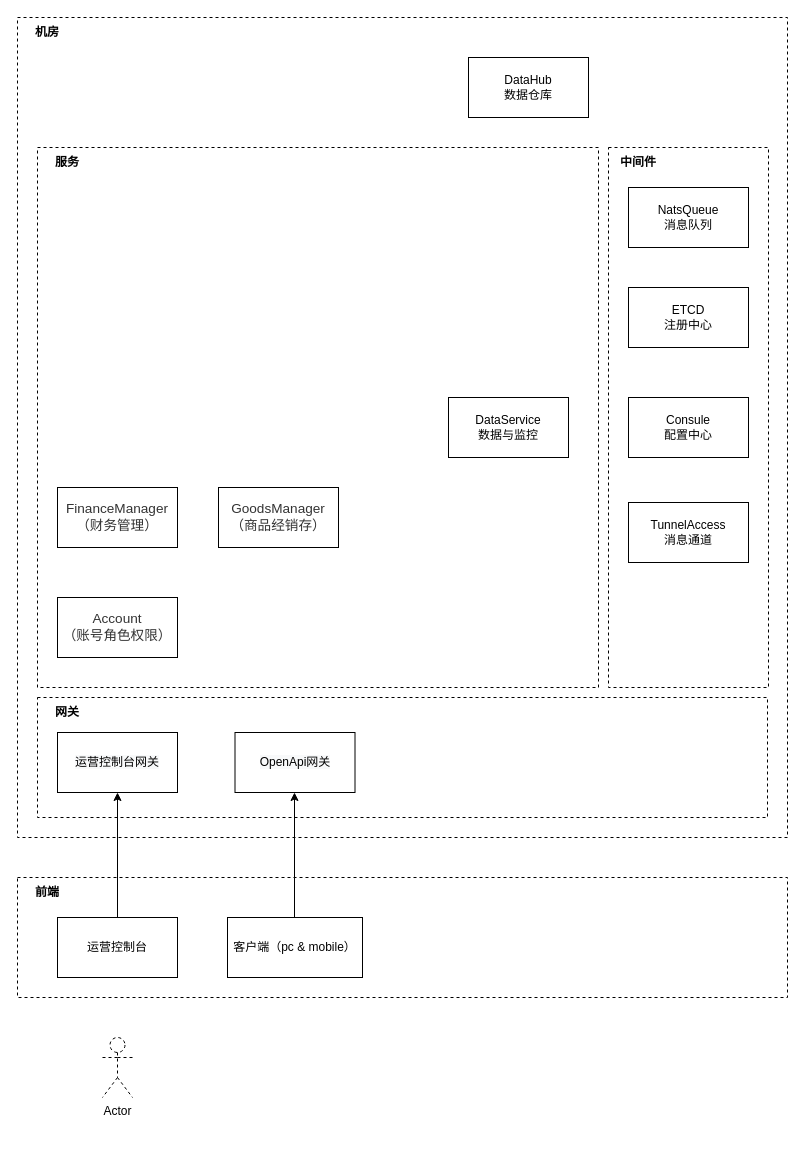
gaoyong06/saas keeps this draw.io diagram as saas Diagram.drawio. Above is the earlier version. Source tidied: cells renumbered, new cells numbered last; positions are measured from the earlier drawing's top-left corner, leaving out a move shared by most shapes. Both pictures are drawn from the tidied source at 100%, with x=0, y=0 at pixel (17, 17). Pictures stored in the file or linked from it are replaced by grey dashed boxes.
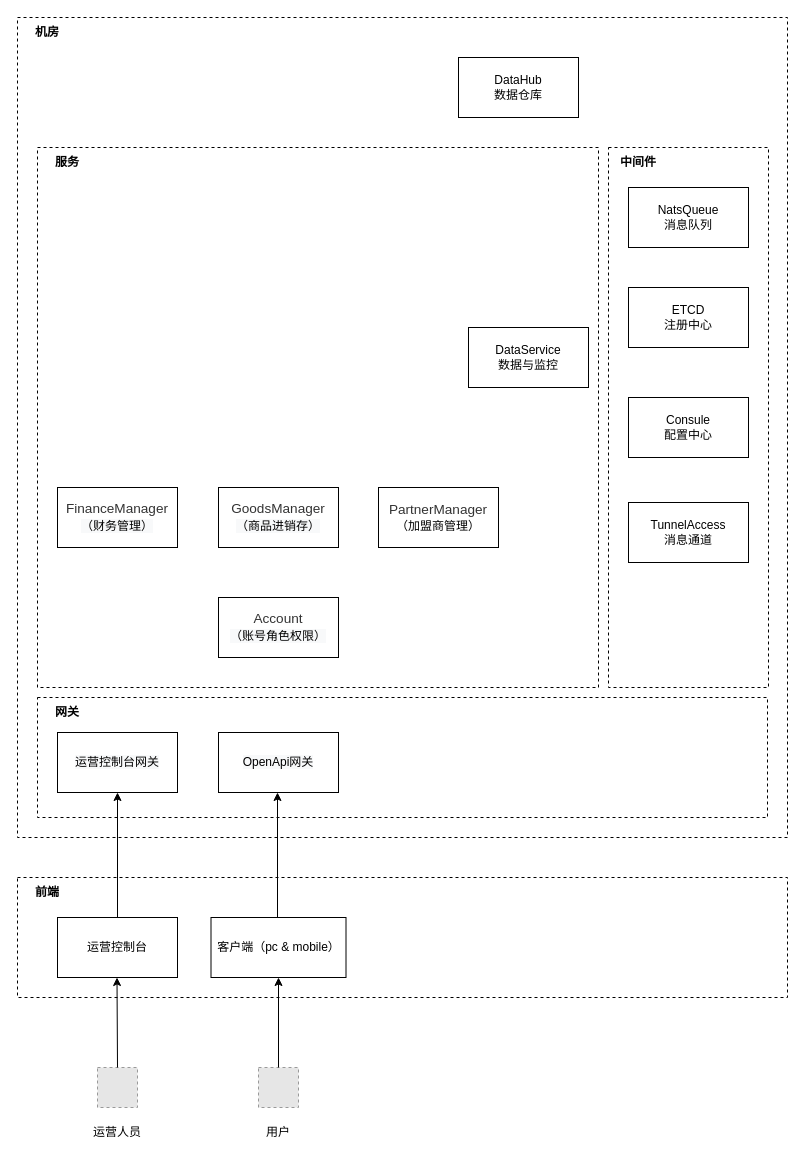
The same page after the edit.

Change to the diagram source:
```diff
@@
     <mxCell id="5" value="客户端（pc &amp;amp; mobile）" style="rounded=0;whiteSpace=wrap;html=1;" parent="1" vertex="1">
-      <mxGeometry x="210" y="900" width="135" height="60" as="geometry" />
+      <mxGeometry x="193.5" y="900" width="135" height="60" as="geometry" />
     </mxCell>
@@
     <mxCell id="11" value="&lt;span style=&quot;color: rgb(51 , 51 , 51) ; font-family: &amp;#34;tahoma&amp;#34; , &amp;#34;microsoft yahei&amp;#34; , , , &amp;#34;malgun gothic&amp;#34; , sans-serif ; font-size: 13.6px ; line-height: 16.8px ; text-align: left ; background-color: rgb(255 , 255 , 255)&quot;&gt;&lt;span style=&quot;color: rgb(0 , 0 , 0) ; font-size: 12px ; text-align: center ; background-color: rgb(248 , 249 , 250)&quot;&gt;OpenApi网关&lt;/span&gt;&lt;br&gt;&lt;/span&gt;" style="rounded=0;whiteSpace=wrap;html=1;" parent="1" vertex="1">
-      <mxGeometry x="217.5" y="715" width="120" height="60" as="geometry" />
+      <mxGeometry x="201" y="715" width="120" height="60" as="geometry" />
     </mxCell>
@@
     <mxCell id="19" style="endArrow=classic;html=1;rounded=0;entryX=0.5;entryY=1;entryDx=0;entryDy=0;exitX=0.5;exitY=0;exitDx=0;exitDy=0;" parent="1" edge="1">
       <mxGeometry relative="1" as="geometry">
-        <mxPoint x="277" y="900" as="sourcePoint" />
-        <mxPoint x="277" y="775" as="targetPoint" />
+        <mxPoint x="260" y="900" as="sourcePoint" />
+        <mxPoint x="260" y="775" as="targetPoint" />
       </mxGeometry>
     </mxCell>
     <mxCell id="20" value="DataHub&lt;br&gt;数据仓库" style="rounded=0;whiteSpace=wrap;html=1;" parent="1" vertex="1">
-      <mxGeometry x="451" y="40" width="120" height="60" as="geometry" />
+      <mxGeometry x="441" y="40" width="120" height="60" as="geometry" />
     </mxCell>
@@
-    <mxCell id="23" value="&lt;span style=&quot;color: rgb(51 , 51 , 51) ; font-family: &amp;#34;tahoma&amp;#34; , &amp;#34;microsoft yahei&amp;#34; , , , &amp;#34;malgun gothic&amp;#34; , sans-serif ; font-size: 13.6px ; line-height: 16.8px ; text-align: left ; background-color: rgb(255 , 255 , 255)&quot;&gt;FinanceManager&lt;br&gt;（财务管理）&lt;br&gt;&lt;/span&gt;" style="rounded=0;whiteSpace=wrap;html=1;" parent="1" vertex="1">
+    <mxCell id="23" value="&lt;span style=&quot;color: rgb(51 , 51 , 51) ; font-family: &amp;#34;tahoma&amp;#34; , &amp;#34;microsoft yahei&amp;#34; , , , &amp;#34;malgun gothic&amp;#34; , sans-serif ; font-size: 13.6px ; line-height: 16.8px ; text-align: left ; background-color: rgb(255 , 255 , 255)&quot;&gt;FinanceManager&lt;br&gt;&lt;span style=&quot;color: rgb(0 , 0 , 0) ; font-size: 12px ; text-align: center ; background-color: rgb(248 , 249 , 250)&quot;&gt;（财务管理&lt;/span&gt;&lt;span style=&quot;color: rgb(0 , 0 , 0) ; font-size: 12px ; text-align: center ; background-color: rgb(248 , 249 , 250)&quot;&gt;）&lt;/span&gt;&lt;br&gt;&lt;/span&gt;" style="rounded=0;whiteSpace=wrap;html=1;" parent="1" vertex="1">
       <mxGeometry x="40" y="470" width="120" height="60" as="geometry" />
     </mxCell>
-    <mxCell id="24" value="&lt;span style=&quot;color: rgb(51 , 51 , 51) ; font-family: &amp;#34;tahoma&amp;#34; , &amp;#34;microsoft yahei&amp;#34; , , , &amp;#34;malgun gothic&amp;#34; , sans-serif ; font-size: 13.6px ; line-height: 16.8px ; text-align: left ; background-color: rgb(255 , 255 , 255)&quot;&gt;Account&lt;br&gt;（账号角色权限）&lt;br&gt;&lt;/span&gt;" style="rounded=0;whiteSpace=wrap;html=1;" parent="1" vertex="1">
-      <mxGeometry x="40" y="580" width="120" height="60" as="geometry" />
+    <mxCell id="24" value="&lt;span style=&quot;color: rgb(51 , 51 , 51) ; font-family: &amp;#34;tahoma&amp;#34; , &amp;#34;microsoft yahei&amp;#34; , , , &amp;#34;malgun gothic&amp;#34; , sans-serif ; font-size: 13.6px ; line-height: 16.8px ; text-align: left ; background-color: rgb(255 , 255 , 255)&quot;&gt;Account&lt;br&gt;&lt;span style=&quot;color: rgb(0 , 0 , 0) ; font-size: 12px ; text-align: center ; background-color: rgb(248 , 249 , 250)&quot;&gt;（账号角色权限&lt;/span&gt;&lt;span style=&quot;color: rgb(0 , 0 , 0) ; font-size: 12px ; text-align: center ; background-color: rgb(248 , 249 , 250)&quot;&gt;）&lt;/span&gt;&lt;br&gt;&lt;/span&gt;" style="rounded=0;whiteSpace=wrap;html=1;" parent="1" vertex="1">
+      <mxGeometry x="201" y="580" width="120" height="60" as="geometry" />
     </mxCell>
-    <mxCell id="25" value="&lt;span style=&quot;color: rgb(51 , 51 , 51) ; font-family: &amp;#34;tahoma&amp;#34; , &amp;#34;microsoft yahei&amp;#34; , , , &amp;#34;malgun gothic&amp;#34; , sans-serif ; font-size: 13.6px ; line-height: 16.8px ; text-align: left ; background-color: rgb(255 , 255 , 255)&quot;&gt;&lt;span style=&quot;font-family: &amp;#34;tahoma&amp;#34; , &amp;#34;microsoft yahei&amp;#34; , , , &amp;#34;malgun gothic&amp;#34; , sans-serif ; font-size: 13.6px ; line-height: 16.8px&quot;&gt;GoodsManager&lt;/span&gt;&lt;br&gt;（商品经销存）&lt;br&gt;&lt;/span&gt;" style="rounded=0;whiteSpace=wrap;html=1;" parent="1" vertex="1">
+    <mxCell id="25" value="&lt;span style=&quot;color: rgb(51 , 51 , 51) ; font-family: &amp;#34;tahoma&amp;#34; , &amp;#34;microsoft yahei&amp;#34; , , , &amp;#34;malgun gothic&amp;#34; , sans-serif ; font-size: 13.6px ; line-height: 16.8px ; text-align: left ; background-color: rgb(255 , 255 , 255)&quot;&gt;&lt;span style=&quot;font-family: &amp;#34;tahoma&amp;#34; , &amp;#34;microsoft yahei&amp;#34; , , , &amp;#34;malgun gothic&amp;#34; , sans-serif ; font-size: 13.6px ; line-height: 16.8px&quot;&gt;GoodsManager&lt;/span&gt;&lt;br&gt;&lt;span style=&quot;color: rgb(0 , 0 , 0) ; font-size: 12px ; text-align: center ; background-color: rgb(248 , 249 , 250)&quot;&gt;（商品进销存&lt;/span&gt;&lt;span style=&quot;color: rgb(0 , 0 , 0) ; font-size: 12px ; text-align: center ; background-color: rgb(248 , 249 , 250)&quot;&gt;）&lt;/span&gt;&lt;br&gt;&lt;/span&gt;" style="rounded=0;whiteSpace=wrap;html=1;" parent="1" vertex="1">
       <mxGeometry x="201" y="470" width="120" height="60" as="geometry" />
     </mxCell>
     <mxCell id="26" value="DataService&lt;br&gt;数据与监控" style="rounded=0;whiteSpace=wrap;html=1;" parent="1" vertex="1">
-      <mxGeometry x="431" y="380" width="120" height="60" as="geometry" />
+      <mxGeometry x="451" y="310" width="120" height="60" as="geometry" />
     </mxCell>
-    <mxCell id="27" value="Actor" style="shape=umlActor;verticalLabelPosition=bottom;verticalAlign=top;html=1;dashed=1;" parent="1" vertex="1">
-      <mxGeometry x="85" y="1020" width="30" height="60" as="geometry" />
-    </mxCell>
+    <mxCell id="28" style="fillColor=#E6E6E6;strokeColor=#999999;dashed=1;html=1;verticalAlign=top;verticalLabelPosition=bottom;labelBackgroundColor=#ffffff;" parent="1" vertex="1">
+      <mxGeometry x="80" y="1050" width="40" height="40" as="geometry" />
+    </mxCell>
+    <mxCell id="29" value="&lt;span style=&quot;color: rgb(51 , 51 , 51) ; font-family: &amp;#34;tahoma&amp;#34; , &amp;#34;microsoft yahei&amp;#34; , , , &amp;#34;malgun gothic&amp;#34; , sans-serif ; font-size: 13.6px ; line-height: 16.8px ; text-align: left ; background-color: rgb(255 , 255 , 255)&quot;&gt;PartnerManager&lt;/span&gt;&lt;br&gt;（加盟商管理）" style="rounded=0;whiteSpace=wrap;html=1;" parent="1" vertex="1">
+      <mxGeometry x="361" y="470" width="120" height="60" as="geometry" />
+    </mxCell>
+    <mxCell id="30" style="fillColor=#E6E6E6;strokeColor=#999999;dashed=1;html=1;verticalAlign=top;verticalLabelPosition=bottom;labelBackgroundColor=#ffffff;" parent="1" vertex="1">
+      <mxGeometry x="241" y="1050" width="40" height="40" as="geometry" />
+    </mxCell>
+    <mxCell id="31" style="endArrow=classic;html=1;rounded=0;entryX=0.5;entryY=1;entryDx=0;entryDy=0;exitX=0.5;exitY=0;exitDx=0;exitDy=0;" parent="1" edge="1" source="28">
+      <mxGeometry relative="1" as="geometry">
+        <mxPoint x="99.5" y="960" as="targetPoint" />
+      </mxGeometry>
+    </mxCell>
+    <mxCell id="32" style="endArrow=classic;html=1;rounded=0;entryX=0.5;entryY=1;entryDx=0;entryDy=0;exitX=0.5;exitY=0;exitDx=0;exitDy=0;" parent="1" edge="1" source="30" target="5">
+      <mxGeometry relative="1" as="geometry" />
+    </mxCell>
+    <mxCell id="33" value="&lt;span style=&quot;font-weight: normal&quot;&gt;运营人员&lt;/span&gt;" style="text;html=1;strokeColor=none;fillColor=none;align=center;verticalAlign=middle;whiteSpace=wrap;rounded=0;dashed=1;fontStyle=1;" parent="1" vertex="1">
+      <mxGeometry x="70" y="1100" width="60" height="30" as="geometry" />
+    </mxCell>
+    <mxCell id="34" value="&lt;span style=&quot;font-weight: 400&quot;&gt;用户&lt;/span&gt;" style="text;html=1;strokeColor=none;fillColor=none;align=center;verticalAlign=middle;whiteSpace=wrap;rounded=0;dashed=1;fontStyle=1;" parent="1" vertex="1">
+      <mxGeometry x="231" y="1100" width="60" height="30" as="geometry" />
+    </mxCell>
```
